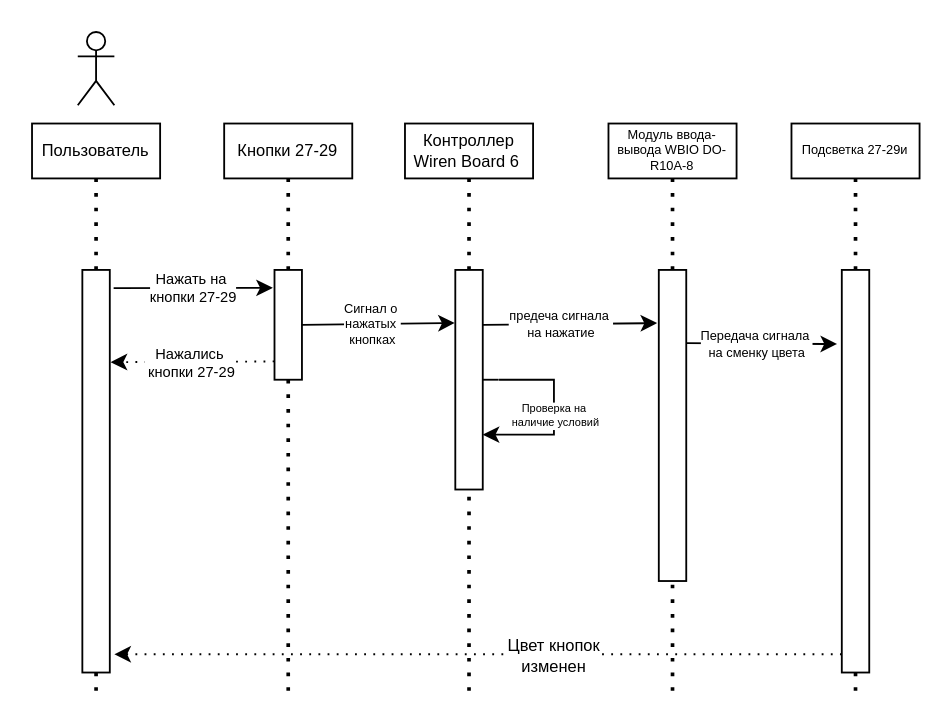
sergei5551/Rtu_MIREA keeps this draw.io diagram as 3 курс/Технологические основы интернета вещей/1-4/Задание_1.drawio. Above is the earlier version. Source tidied: cells renumbered, new cells numbered last; positions are measured from the earlier drawing's top-left corner, leaving out a move shared by most shapes. Both pictures are drawn from the tidied source at 183%, with x=0, y=0 at pixel (31, 31).
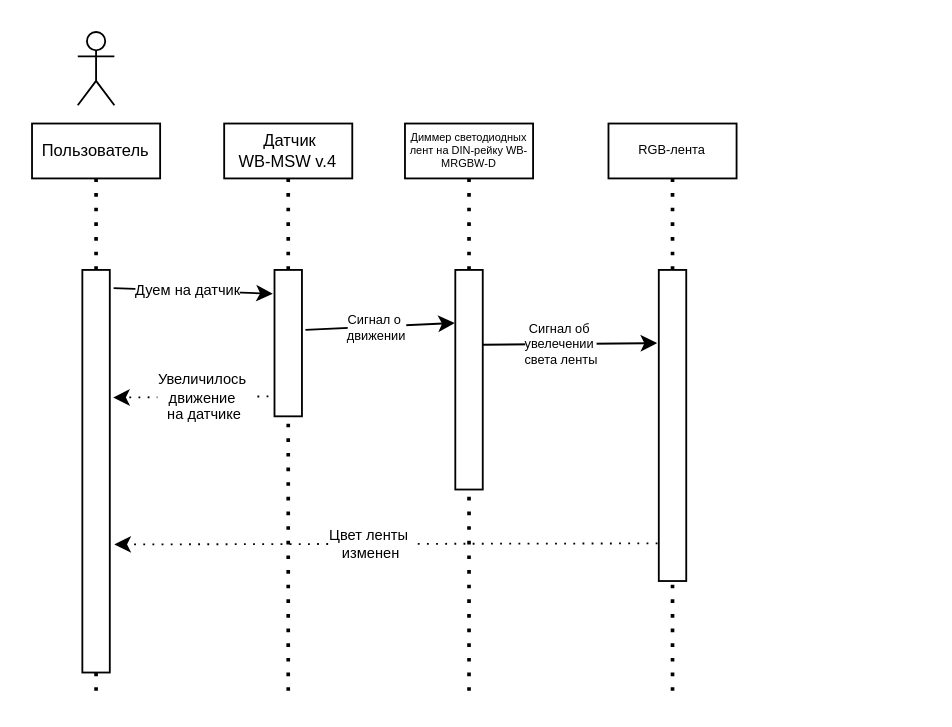
The same page after the edit.

The change refers to these unchanged cells:
```xml
<mxCell id="3" style="endArrow=classic;html=1;rounded=0;exitX=1.14;exitY=0.045;exitDx=0;exitDy=0;exitPerimeter=0;entryX=-0.061;entryY=0.163;entryDx=0;entryDy=0;entryPerimeter=0;" parent="1" edge="1" source="14" target="20">
  <mxGeometry relative="1" as="geometry" />
</mxCell>
<mxCell id="14" style="rounded=0;whiteSpace=wrap;html=1;" parent="1" vertex="1">
  <mxGeometry x="27.5" y="130" width="15" height="220" as="geometry" />
</mxCell>
<mxCell id="16" style="rounded=0;whiteSpace=wrap;html=1;" parent="1" vertex="1">
  <mxGeometry x="231.3" y="130" width="15" height="120" as="geometry" />
</mxCell>
<mxCell id="18" style="rounded=0;whiteSpace=wrap;html=1;" parent="1" vertex="1">
  <mxGeometry x="342.5" y="130" width="15" height="170" as="geometry" />
</mxCell>
```

The edit, as a diff of the source:
```diff
@@
-    <mxCell id="4" value="&lt;div&gt;&lt;font&gt;Нажать на&amp;nbsp;&lt;/font&gt;&lt;/div&gt;&lt;div&gt;&lt;font&gt;кнопки 27-29&lt;/font&gt;&lt;/div&gt;" style="edgeLabel;html=1;align=center;verticalAlign=middle;fontSize=8;" parent="3" vertex="1">
+    <mxCell id="4" value="Дуем на датчик" style="edgeLabel;html=1;align=center;verticalAlign=middle;fontSize=8;" parent="3" vertex="1">
       <mxGeometry x="-0.4" y="-1" relative="1" as="geometry">
-        <mxPoint x="17" y="-1" as="offset" />
+        <mxPoint x="14" y="-1" as="offset" />
       </mxGeometry>
     </mxCell>
@@
-    <mxCell id="7" value="&lt;font&gt;Кнопки 27-29&lt;/font&gt;" style="rounded=0;whiteSpace=wrap;html=1;fontSize=9;" parent="1" vertex="1">
+    <mxCell id="7" value="&amp;nbsp;Датчик&lt;br&gt;WB-MSW v.4" style="rounded=0;whiteSpace=wrap;html=1;fontSize=9;" parent="1" vertex="1">
       <mxGeometry x="105" y="50" width="70" height="30" as="geometry" />
     </mxCell>
-    <mxCell id="8" value="&lt;font&gt;Контроллер Wiren Board 6&lt;/font&gt;&amp;nbsp;" style="rounded=0;whiteSpace=wrap;html=1;fontSize=9;" parent="1" vertex="1">
+    <mxCell id="8" value="Диммер светодиодных&lt;br&gt;лент на DIN-рейку WB-MRGBW-D" style="rounded=0;whiteSpace=wrap;html=1;fontSize=6;" parent="1" vertex="1">
       <mxGeometry x="203.8" y="50" width="70" height="30" as="geometry" />
     </mxCell>
-    <mxCell id="9" value="&lt;font&gt;Модуль ввода-&lt;br&gt;вывода WBIO DO-R10A-8&lt;/font&gt;" style="rounded=0;whiteSpace=wrap;html=1;spacing=1;fontSize=7;" parent="1" vertex="1">
+    <mxCell id="9" value="RGB-лента" style="rounded=0;whiteSpace=wrap;html=1;spacing=1;fontSize=7;" parent="1" vertex="1">
       <mxGeometry x="315" y="50" width="70" height="30" as="geometry" />
     </mxCell>
@@
     <mxCell id="20" style="rounded=0;whiteSpace=wrap;html=1;" parent="1" vertex="1">
-      <mxGeometry x="132.5" y="130" width="15" height="60" as="geometry" />
+      <mxGeometry x="132.5" y="130" width="15" height="80" as="geometry" />
     </mxCell>
-    <mxCell id="21" style="endArrow=classic;html=1;rounded=0;exitX=1;exitY=0.5;exitDx=0;exitDy=0;" parent="1" edge="1" source="20">
+    <mxCell id="21" style="endArrow=classic;html=1;rounded=0;exitX=1.127;exitY=0.409;exitDx=0;exitDy=0;exitPerimeter=0;" parent="1" edge="1" source="20">
       <mxGeometry relative="1" as="geometry">
         <mxPoint x="231" y="159" as="targetPoint" />
       </mxGeometry>
     </mxCell>
-    <mxCell id="22" value="&lt;div&gt;&lt;font&gt;Сигнал о&amp;nbsp;&lt;/font&gt;&lt;/div&gt;&lt;div&gt;&lt;font&gt;нажатых&amp;nbsp;&lt;/font&gt;&lt;/div&gt;&lt;div&gt;&lt;font&gt;кнопках&lt;/font&gt;&lt;/div&gt;" style="edgeLabel;html=1;align=center;verticalAlign=middle;fontSize=7;" parent="21" vertex="1">
+    <mxCell id="22" value="&lt;div&gt;Сигнал о&amp;nbsp;&lt;/div&gt;&lt;div&gt;движении&lt;/div&gt;" style="edgeLabel;html=1;align=center;verticalAlign=middle;fontSize=7;" parent="21" vertex="1">
       <mxGeometry x="-0.4" y="-1" relative="1" as="geometry">
         <mxPoint x="13" y="-1" as="offset" />
       </mxGeometry>
     </mxCell>
-    <mxCell id="23" value="Подсветка 27-29и" style="rounded=0;whiteSpace=wrap;html=1;spacing=1;fontSize=7;" parent="1" vertex="1">
-      <mxGeometry x="415" y="50" width="70" height="30" as="geometry" />
-    </mxCell>
-    <mxCell id="24" style="endArrow=none;dashed=1;html=1;dashPattern=1 3;strokeWidth=2;rounded=0;entryX=0.5;entryY=1;entryDx=0;entryDy=0;" parent="1" edge="1" source="26" target="23">
-      <mxGeometry relative="1" as="geometry" />
-    </mxCell>
-    <mxCell id="25" style="endArrow=none;dashed=1;html=1;dashPattern=1 3;strokeWidth=2;rounded=0;entryX=0.5;entryY=1;entryDx=0;entryDy=0;" parent="1" edge="1" target="26">
-      <mxGeometry relative="1" as="geometry">
-        <mxPoint x="450" y="360" as="sourcePoint" />
-      </mxGeometry>
-    </mxCell>
-    <mxCell id="26" style="rounded=0;whiteSpace=wrap;html=1;" parent="1" vertex="1">
-      <mxGeometry x="442.5" y="130" width="15" height="220" as="geometry" />
-    </mxCell>
-    <mxCell id="27" style="endArrow=classic;html=1;rounded=0;dashed=1;dashPattern=1 4;entryX=1.031;entryY=0.229;entryDx=0;entryDy=0;entryPerimeter=0;" parent="1" edge="1" target="14">
-      <mxGeometry relative="1" as="geometry">
-        <mxPoint x="132.5" y="180" as="sourcePoint" />
-      </mxGeometry>
+    <mxCell id="27" style="endArrow=classic;html=1;rounded=0;dashed=1;dashPattern=1 4;entryX=1.123;entryY=0.317;entryDx=0;entryDy=0;entryPerimeter=0;exitX=-0.222;exitY=0.864;exitDx=0;exitDy=0;exitPerimeter=0;" parent="1" edge="1" source="20" target="14">
+      <mxGeometry relative="1" as="geometry" />
     </mxCell>
-    <mxCell id="28" value="&lt;div&gt;&lt;font&gt;Нажались&lt;/font&gt;&lt;/div&gt;&lt;div&gt;&lt;font&gt;&amp;nbsp;кнопки 27-29&lt;/font&gt;&lt;/div&gt;" style="edgeLabel;html=1;align=center;verticalAlign=middle;fontSize=8;" parent="27" vertex="1">
+    <mxCell id="28" value="&lt;div&gt;Увеличилось&amp;nbsp;&lt;/div&gt;&lt;div&gt;движение&amp;nbsp;&lt;/div&gt;&lt;div&gt;на датчике&lt;/div&gt;" style="edgeLabel;html=1;align=center;verticalAlign=middle;fontSize=8;" parent="27" vertex="1">
       <mxGeometry x="-0.23" y="2" relative="1" as="geometry">
-        <mxPoint x="-13" y="-2" as="offset" />
+        <mxPoint x="-3" y="-2" as="offset" />
       </mxGeometry>
     </mxCell>
-    <mxCell id="29" style="endArrow=classic;html=1;rounded=0;dashed=1;dashPattern=1 4;" parent="1" edge="1">
+    <mxCell id="29" style="endArrow=classic;html=1;rounded=0;dashed=1;dashPattern=1 4;exitX=-0.047;exitY=0.879;exitDx=0;exitDy=0;exitPerimeter=0;" parent="1" edge="1" source="18">
       <mxGeometry relative="1" as="geometry">
-        <mxPoint x="442.5" y="340" as="sourcePoint" />
-        <mxPoint x="45" y="340" as="targetPoint" />
+        <mxPoint x="45" y="280" as="targetPoint" />
       </mxGeometry>
     </mxCell>
-    <mxCell id="30" value="&lt;div&gt;&lt;font&gt;Цвет кнопок&lt;/font&gt;&lt;/div&gt;&lt;div&gt;&lt;font&gt;изменен&lt;/font&gt;&lt;/div&gt;" style="edgeLabel;html=1;align=center;verticalAlign=middle;fontSize=9;" parent="29" vertex="1">
+    <mxCell id="30" value="&lt;div&gt;&lt;font&gt;Цвет ленты&amp;nbsp;&lt;/font&gt;&lt;/div&gt;&lt;div&gt;&lt;font&gt;изменен&lt;/font&gt;&lt;/div&gt;" style="edgeLabel;html=1;align=center;verticalAlign=middle;fontSize=8;" parent="29" vertex="1">
       <mxGeometry x="-0.23" y="2" relative="1" as="geometry">
-        <mxPoint x="-5" y="-2" as="offset" />
+        <mxPoint x="-43" y="-2" as="offset" />
       </mxGeometry>
     </mxCell>
-    <mxCell id="31" style="endArrow=classic;html=1;rounded=0;exitX=1;exitY=0.25;exitDx=0;exitDy=0;entryX=-0.061;entryY=0.171;entryDx=0;entryDy=0;entryPerimeter=0;" parent="1" edge="1" source="16" target="18">
-      <mxGeometry relative="1" as="geometry" />
+    <mxCell id="31" style="endArrow=classic;html=1;rounded=0;exitX=1;exitY=0.25;exitDx=0;exitDy=0;entryX=-0.061;entryY=0.171;entryDx=0;entryDy=0;entryPerimeter=0;" parent="1" edge="1">
+      <mxGeometry relative="1" as="geometry">
+        <mxPoint x="246.3" y="170.9" as="sourcePoint" />
+        <mxPoint x="341.6" y="170" as="targetPoint" />
+      </mxGeometry>
     </mxCell>
-    <mxCell id="32" value="&lt;div&gt;предеча сигнала&amp;nbsp;&lt;/div&gt;&lt;div&gt;на нажатие&lt;/div&gt;" style="edgeLabel;html=1;align=center;verticalAlign=middle;fontSize=7;" parent="31" vertex="1">
+    <mxCell id="32" value="&lt;div&gt;Сигнал об&amp;nbsp;&lt;/div&gt;&lt;div&gt;увелечении&amp;nbsp;&lt;/div&gt;&lt;div&gt;света ленты&lt;/div&gt;" style="edgeLabel;html=1;align=center;verticalAlign=middle;fontSize=7;" parent="31" vertex="1">
       <mxGeometry x="-0.4" y="-1" relative="1" as="geometry">
         <mxPoint x="13" y="-1" as="offset" />
       </mxGeometry>
     </mxCell>
-    <mxCell id="33" style="endArrow=classic;html=1;rounded=0;edgeStyle=entityRelationEdgeStyle;entryX=1;entryY=0.75;entryDx=0;entryDy=0;" parent="1" edge="1" target="16">
-      <mxGeometry relative="1" as="geometry">
-        <mxPoint x="255.2" y="190" as="sourcePoint" />
-        <Array as="points">
-          <mxPoint x="275.2" y="226" />
-          <mxPoint x="285.2" y="200" />
-          <mxPoint x="285" y="220" />
-          <mxPoint x="285" y="210" />
-        </Array>
-      </mxGeometry>
-    </mxCell>
-    <mxCell id="34" value="&lt;div&gt;Проверка на&amp;nbsp;&lt;/div&gt;&lt;div&gt;наличие условий&lt;/div&gt;" style="edgeLabel;html=1;align=center;verticalAlign=middle;fontSize=6;" parent="33" vertex="1">
-      <mxGeometry x="-0.4" y="-1" relative="1" as="geometry">
-        <mxPoint x="1" y="19" as="offset" />
-      </mxGeometry>
-    </mxCell>
-    <mxCell id="35" style="endArrow=none;html=1;rounded=0;entryX=1;entryY=0.5;entryDx=0;entryDy=0;" parent="1" edge="1" target="16">
-      <mxGeometry relative="1" as="geometry">
-        <mxPoint x="255" y="190" as="sourcePoint" />
-      </mxGeometry>
-    </mxCell>
-    <mxCell id="36" style="endArrow=classic;html=1;rounded=0;exitX=1.04;exitY=0.525;exitDx=0;exitDy=0;entryX=-0.135;entryY=0.408;entryDx=0;entryDy=0;entryPerimeter=0;exitPerimeter=0;" parent="1" edge="1">
-      <mxGeometry relative="1" as="geometry">
-        <mxPoint x="357.5" y="170" as="sourcePoint" />
-        <mxPoint x="439.9" y="170.5" as="targetPoint" />
-      </mxGeometry>
-    </mxCell>
-    <mxCell id="37" value="&lt;div&gt;Передача сигнала&amp;nbsp;&lt;/div&gt;&lt;div&gt;на сменку цвета&lt;/div&gt;" style="edgeLabel;html=1;align=center;verticalAlign=middle;fontSize=7;" parent="36" vertex="1">
-      <mxGeometry x="-0.4" y="-1" relative="1" as="geometry">
-        <mxPoint x="13" y="-1" as="offset" />
-      </mxGeometry>
-    </mxCell>
```
